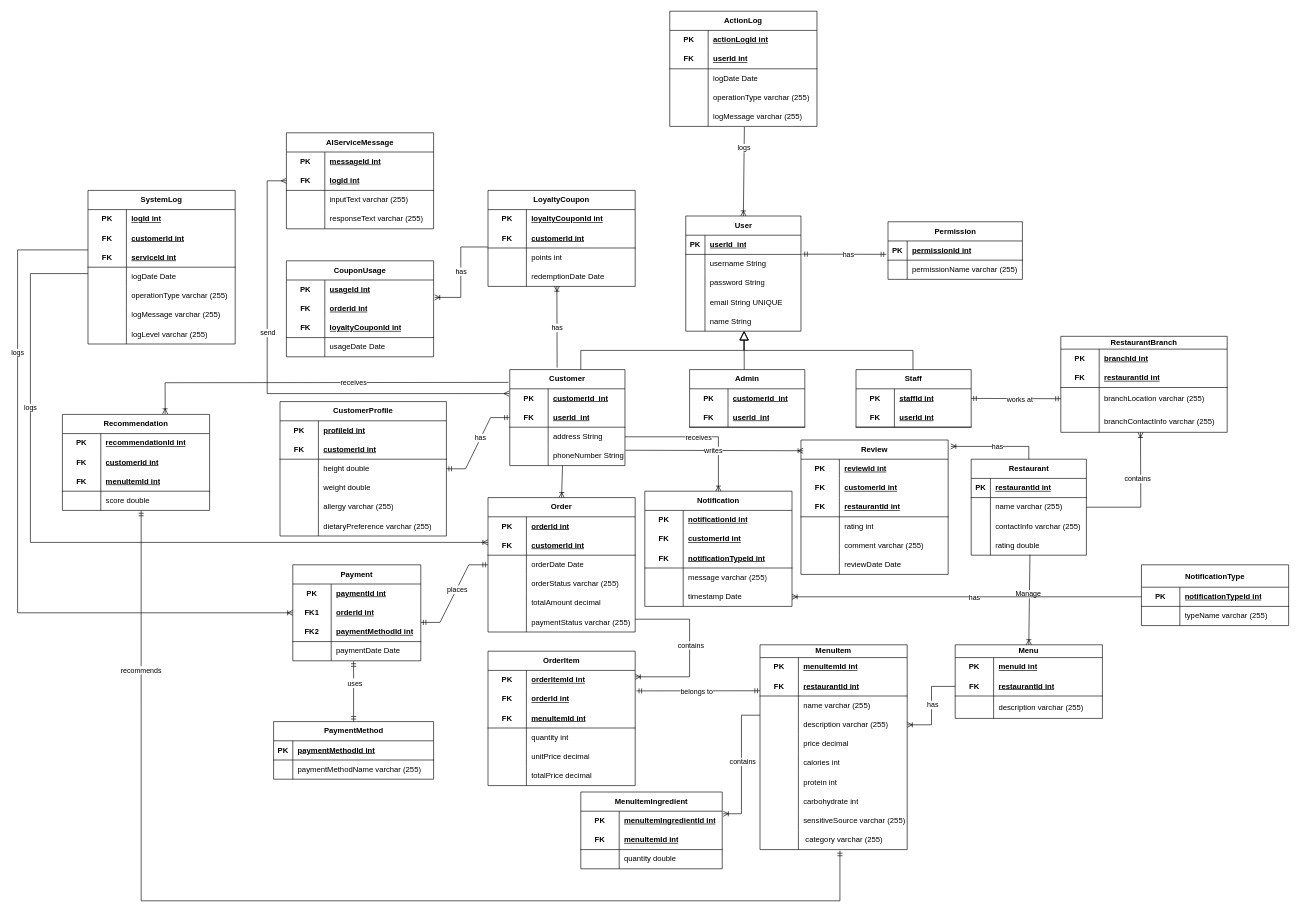
timlau999/ForTest keeps this draw.io diagram as page "ERD Diagram" (1 of 5) of uml/Diagram.drawio. Above is the earlier version. Source tidied: cells renumbered, new cells numbered last; positions are measured from the earlier drawing's top-left corner, leaving out a move shared by most shapes. Both pictures are drawn from the tidied source at 64%, with x=0, y=0 at pixel (17, 11).
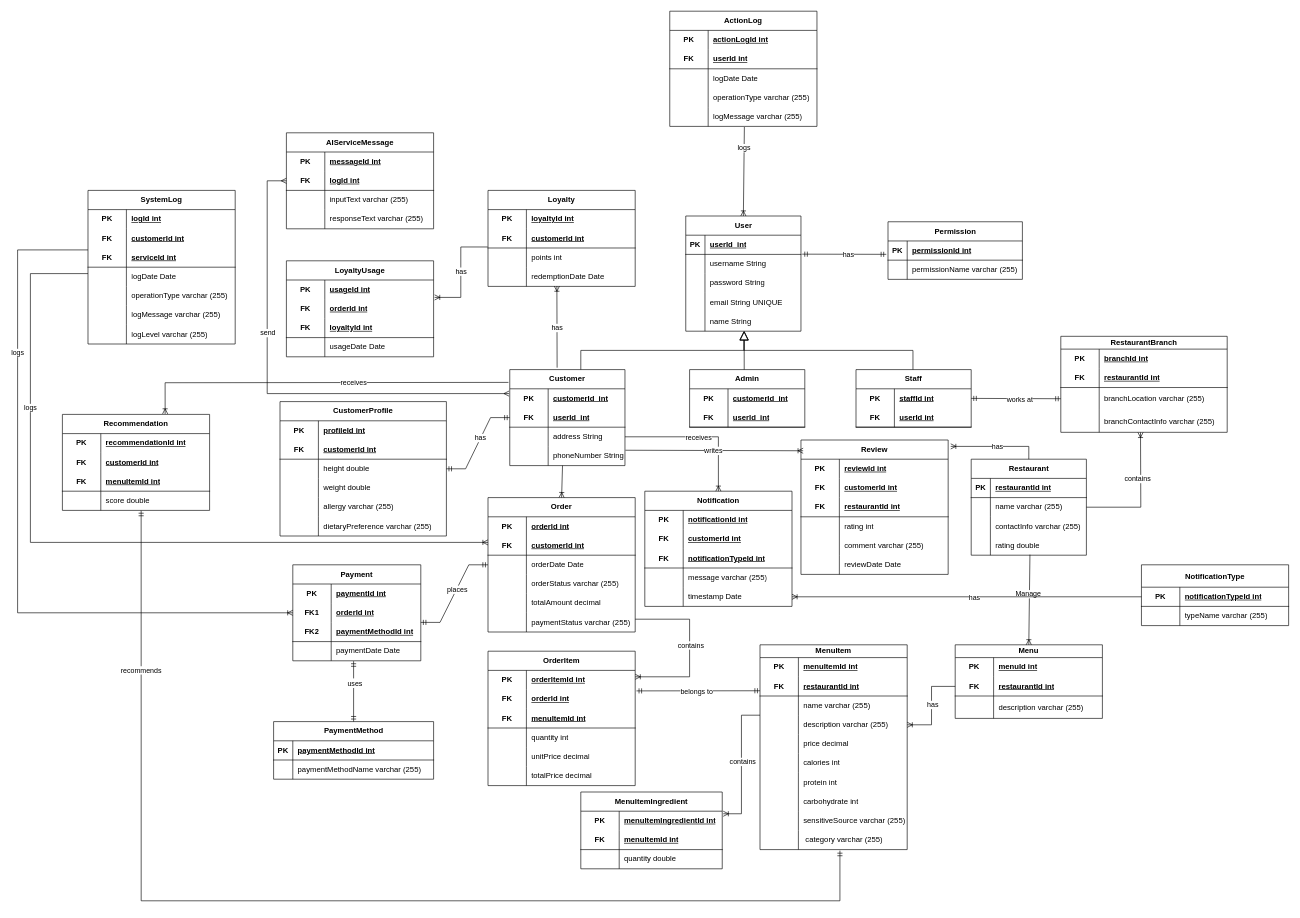
After the change.

The change refers to these unchanged cells:
```xml
<mxCell id="255" style="shape=tableRow;horizontal=0;startSize=0;swimlaneHead=0;swimlaneBody=0;fillColor=none;top=0;left=0;right=0;bottom=1;html=1;" parent="248" vertex="1">
  <mxGeometry y="90" width="230" height="30" as="geometry" />
</mxCell>
<mxCell id="310" style="shape=tableRow;horizontal=0;startSize=0;swimlaneHead=0;swimlaneBody=0;fillColor=none;top=0;left=0;right=0;bottom=0;html=1;" parent="309" vertex="1">
  <mxGeometry y="30" width="230" height="30" as="geometry" />
</mxCell>
```

What changed in the source:
```diff
@@
-    <mxCell id="248" value="CouponUsage" style="shape=table;startSize=30;childLayout=tableLayout;rowLines=0;fontStyle=1;align=center;html=1;whiteSpace=wrap;" parent="1" vertex="1">
+    <mxCell id="248" value="LoyaltyUsage" style="shape=table;startSize=30;childLayout=tableLayout;rowLines=0;fontStyle=1;align=center;html=1;whiteSpace=wrap;" parent="1" vertex="1">
       <mxGeometry x="420" y="390" width="230" height="150" as="geometry" />
     </mxCell>
@@
-    <mxCell id="257" value="loyaltyCouponId int" style="shape=partialRectangle;fillColor=none;top=0;left=0;bottom=0;right=0;align=left;spacingLeft=6;fontStyle=5;overflow=hidden;html=1;whiteSpace=wrap;" parent="255" vertex="1">
+    <mxCell id="257" value="loyaltyId int" style="shape=partialRectangle;fillColor=none;top=0;left=0;bottom=0;right=0;align=left;spacingLeft=6;fontStyle=5;overflow=hidden;html=1;whiteSpace=wrap;" parent="255" vertex="1">
       <mxGeometry x="60" width="170" height="30" as="geometry" />
     </mxCell>
@@
-    <mxCell id="309" value="LoyaltyCoupon" style="shape=table;startSize=30;childLayout=tableLayout;rowLines=0;fontStyle=1;align=center;html=1;whiteSpace=wrap;" parent="1" vertex="1">
+    <mxCell id="309" value="Loyalty" style="shape=table;startSize=30;childLayout=tableLayout;rowLines=0;fontStyle=1;align=center;html=1;whiteSpace=wrap;" parent="1" vertex="1">
       <mxGeometry x="735" y="280" width="230" height="150" as="geometry" />
     </mxCell>
@@
-    <mxCell id="312" value="loyaltyCouponId int" style="shape=partialRectangle;fillColor=none;top=0;left=0;bottom=0;right=0;align=left;spacingLeft=6;fontStyle=5;overflow=hidden;html=1;whiteSpace=wrap;" parent="310" vertex="1">
+    <mxCell id="312" value="loyaltyId int" style="shape=partialRectangle;fillColor=none;top=0;left=0;bottom=0;right=0;align=left;spacingLeft=6;fontStyle=5;overflow=hidden;html=1;whiteSpace=wrap;" parent="310" vertex="1">
       <mxGeometry x="60" width="170" height="30" as="geometry" />
     </mxCell>
```
